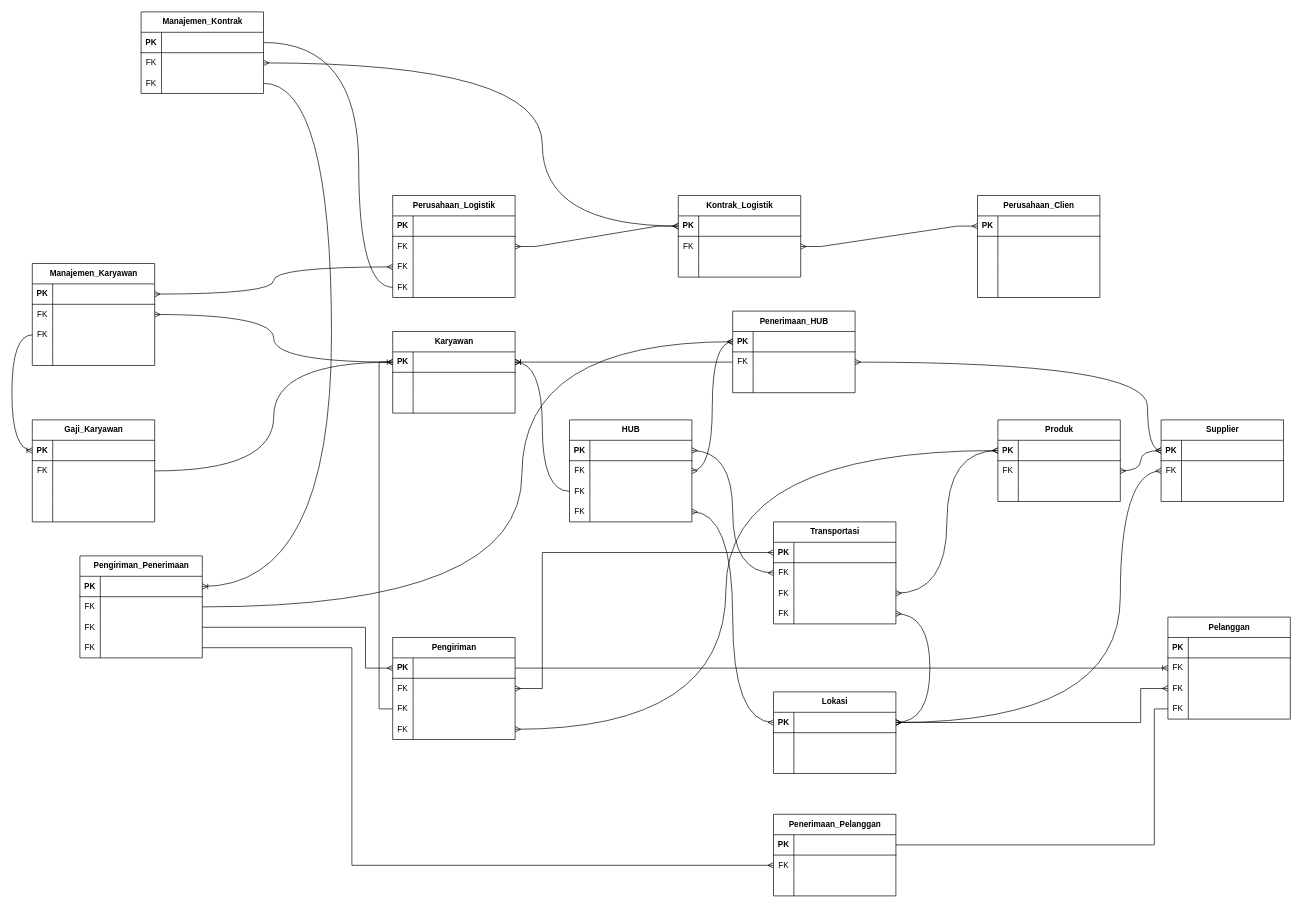
Firzh/semester-3 keeps this draw.io diagram as page "Conceptual Data Model" (1 of 10) of logistic-management-system.drawio. Above is the earlier version. Source tidied: cells renumbered, new cells numbered last; positions are measured from the earlier drawing's top-left corner, leaving out a move shared by most shapes. Both pictures are drawn from the tidied source at 68%, with x=0, y=0 at pixel (12, 12).
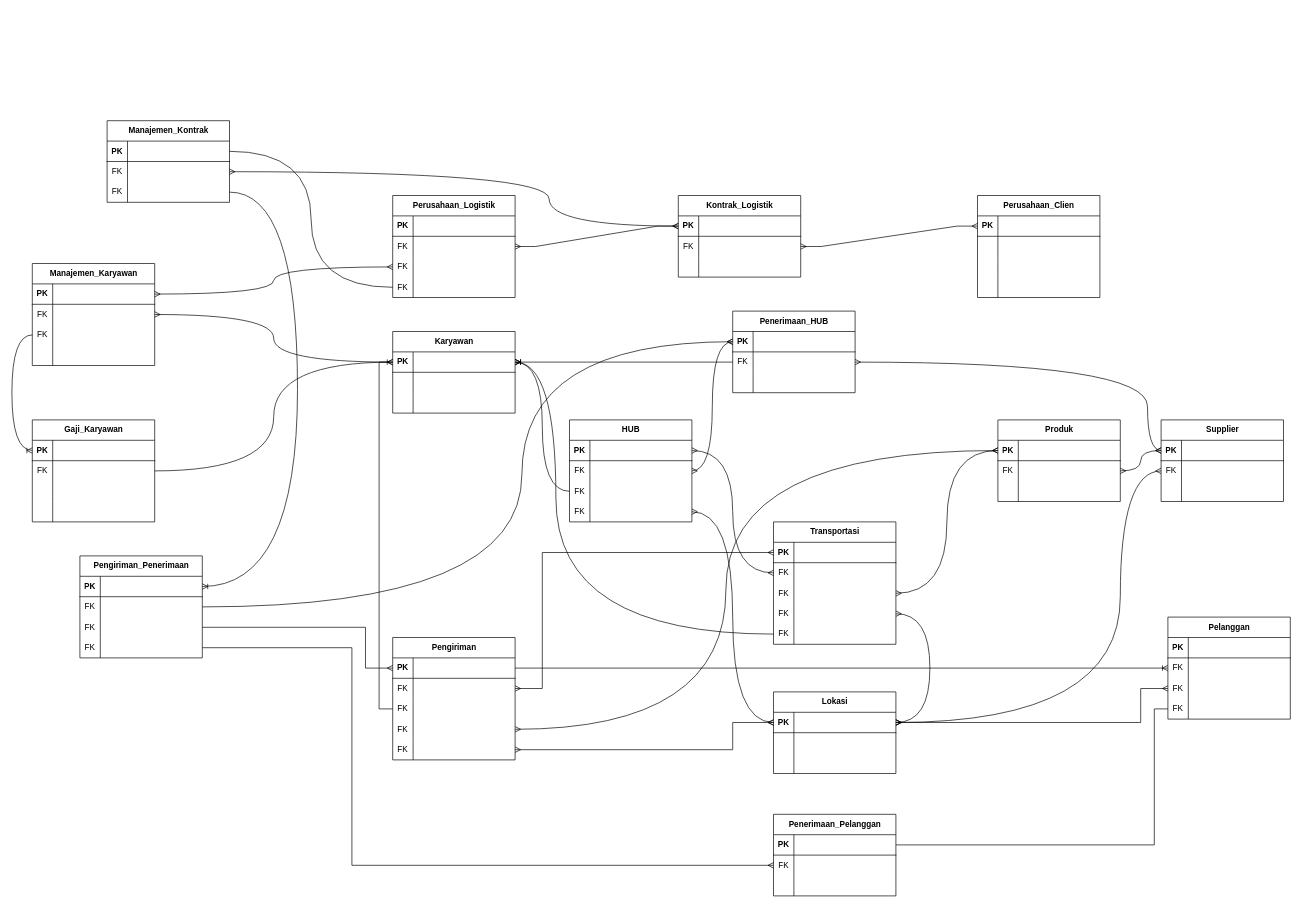
Above is the later version.

Unchanged cells that the change refers to:
```xml
<mxCell id="3" style="shape=tableRow;horizontal=0;startSize=0;swimlaneHead=0;swimlaneBody=0;fillColor=none;points=[[0,0.5],[1,0.5]];portConstraint=eastwest;top=0;left=0;right=0;bottom=1;" parent="2" vertex="1">
  <mxGeometry y="30" width="180" height="30" as="geometry" />
</mxCell>
<mxCell id="42" style="shape=tableRow;horizontal=0;startSize=0;swimlaneHead=0;swimlaneBody=0;fillColor=none;points=[[0,0.5],[1,0.5]];portConstraint=eastwest;top=0;left=0;right=0;bottom=0;" parent="35" vertex="1">
  <mxGeometry y="90" width="180" height="30" as="geometry" />
</mxCell>
<mxCell id="72" style="shape=tableRow;horizontal=0;startSize=0;swimlaneHead=0;swimlaneBody=0;fillColor=none;points=[[0,0.5],[1,0.5]];portConstraint=eastwest;top=0;left=0;right=0;bottom=1;" parent="71" vertex="1">
  <mxGeometry y="30" width="180" height="30" as="geometry" />
</mxCell>
<mxCell id="82" style="shape=tableRow;horizontal=0;startSize=0;swimlaneHead=0;swimlaneBody=0;fillColor=none;points=[[0,0.5],[1,0.5]];portConstraint=eastwest;top=0;left=0;right=0;bottom=1;" parent="81" vertex="1">
  <mxGeometry y="30" width="180" height="30" as="geometry" />
</mxCell>
<mxCell id="139" style="shape=tableRow;horizontal=0;startSize=0;swimlaneHead=0;swimlaneBody=0;fillColor=none;points=[[0,0.5],[1,0.5]];portConstraint=eastwest;top=0;left=0;right=0;bottom=0;" parent="129" vertex="1">
  <mxGeometry y="120" width="180" height="30" as="geometry" />
</mxCell>
<mxCell id="143" style="shape=tableRow;horizontal=0;startSize=0;swimlaneHead=0;swimlaneBody=0;fillColor=none;points=[[0,0.5],[1,0.5]];portConstraint=eastwest;top=0;left=0;right=0;bottom=1;" parent="142" vertex="1">
  <mxGeometry y="30" width="180" height="30" as="geometry" />
</mxCell>
<mxCell id="187" style="shape=tableRow;horizontal=0;startSize=0;swimlaneHead=0;swimlaneBody=0;fillColor=none;points=[[0,0.5],[1,0.5]];portConstraint=eastwest;top=0;left=0;right=0;bottom=1;" parent="186" vertex="1">
  <mxGeometry y="30" width="180" height="30" as="geometry" />
</mxCell>
<mxCell id="215" style="shape=tableRow;horizontal=0;startSize=0;swimlaneHead=0;swimlaneBody=0;fillColor=none;points=[[0,0.5],[1,0.5]];portConstraint=eastwest;top=0;left=0;right=0;bottom=1;" parent="214" vertex="1">
  <mxGeometry y="30" width="180" height="30" as="geometry" />
</mxCell>
<mxCell id="218" style="shape=tableRow;horizontal=0;startSize=0;swimlaneHead=0;swimlaneBody=0;fillColor=none;points=[[0,0.5],[1,0.5]];portConstraint=eastwest;top=0;left=0;right=0;bottom=0;" parent="214" vertex="1">
  <mxGeometry y="60" width="180" height="30" as="geometry" />
</mxCell>
<mxCell id="221" style="shape=tableRow;horizontal=0;startSize=0;swimlaneHead=0;swimlaneBody=0;fillColor=none;points=[[0,0.5],[1,0.5]];portConstraint=eastwest;top=0;left=0;right=0;bottom=0;" parent="214" vertex="1">
  <mxGeometry y="90" width="180" height="30" as="geometry" />
</mxCell>
```

What changed in the source:
```diff
@@
     <mxCell id="48" value="Pengiriman" style="shape=table;startSize=30;childLayout=tableLayout;rowLines=0;fontStyle=1;align=center;html=1;" parent="1" vertex="1">
-      <mxGeometry x="560" y="920" width="180" height="150" as="geometry" />
+      <mxGeometry x="560" y="920" width="180" height="180" as="geometry" />
     </mxCell>
@@
+    <mxCell id="227" style="shape=tableRow;horizontal=0;startSize=0;swimlaneHead=0;swimlaneBody=0;fillColor=none;points=[[0,0.5],[1,0.5]];portConstraint=eastwest;top=0;left=0;right=0;bottom=0;" parent="48" vertex="1">
+      <mxGeometry y="120" width="180" height="30" as="geometry" />
+    </mxCell>
+    <mxCell id="228" value="FK" style="shape=partialRectangle;fillColor=none;top=0;left=0;bottom=0;right=0;overflow=hidden;whiteSpace=wrap;html=1;" parent="227" vertex="1">
+      <mxGeometry width="30" height="30" as="geometry" />
+    </mxCell>
+    <mxCell id="229" style="shape=partialRectangle;fillColor=none;top=0;left=0;bottom=0;right=0;align=left;spacingLeft=6;overflow=hidden;whiteSpace=wrap;html=1;" parent="227" vertex="1">
+      <mxGeometry x="30" width="150" height="30" as="geometry" />
+    </mxCell>
     <mxCell id="58" style="shape=tableRow;horizontal=0;startSize=0;swimlaneHead=0;swimlaneBody=0;fillColor=none;points=[[0,0.5],[1,0.5]];portConstraint=eastwest;top=0;left=0;right=0;bottom=0;" parent="48" vertex="1">
-      <mxGeometry y="120" width="180" height="30" as="geometry" />
+      <mxGeometry y="150" width="180" height="30" as="geometry" />
     </mxCell>
@@
     <mxCell id="92" value="Transportasi" style="shape=table;startSize=30;childLayout=tableLayout;rowLines=0;fontStyle=1;align=center;html=1;" parent="1" vertex="1">
-      <mxGeometry x="1120" y="750" width="180" height="150" as="geometry" />
+      <mxGeometry x="1120" y="750" width="180" height="180" as="geometry" />
     </mxCell>
@@
+    <mxCell id="230" style="shape=tableRow;horizontal=0;startSize=0;swimlaneHead=0;swimlaneBody=0;fillColor=none;points=[[0,0.5],[1,0.5]];portConstraint=eastwest;top=0;left=0;right=0;bottom=0;" parent="92" vertex="1">
+      <mxGeometry y="120" width="180" height="30" as="geometry" />
+    </mxCell>
+    <mxCell id="231" value="FK" style="shape=partialRectangle;fillColor=none;top=0;left=0;bottom=0;right=0;overflow=hidden;whiteSpace=wrap;html=1;" parent="230" vertex="1">
+      <mxGeometry width="30" height="30" as="geometry" />
+    </mxCell>
+    <mxCell id="232" style="shape=partialRectangle;fillColor=none;top=0;left=0;bottom=0;right=0;align=left;spacingLeft=6;overflow=hidden;whiteSpace=wrap;html=1;" parent="230" vertex="1">
+      <mxGeometry x="30" width="150" height="30" as="geometry" />
+    </mxCell>
     <mxCell id="102" style="shape=tableRow;horizontal=0;startSize=0;swimlaneHead=0;swimlaneBody=0;fillColor=none;points=[[0,0.5],[1,0.5]];portConstraint=eastwest;top=0;left=0;right=0;bottom=0;" parent="92" vertex="1">
-      <mxGeometry y="120" width="180" height="30" as="geometry" />
+      <mxGeometry y="150" width="180" height="30" as="geometry" />
     </mxCell>
@@
-    <mxCell id="114" style="fontSize=12;html=1;endArrow=ERmany;startArrow=ERmany;rounded=0;exitX=1;exitY=0.5;exitDx=0;exitDy=0;entryX=1;entryY=0.5;entryDx=0;entryDy=0;edgeStyle=orthogonalEdgeStyle;curved=1;" parent="1" edge="1" source="82" target="102">
+    <mxCell id="114" style="fontSize=12;html=1;endArrow=ERmany;startArrow=ERmany;rounded=0;exitX=1;exitY=0.5;exitDx=0;exitDy=0;entryX=1;entryY=0.5;entryDx=0;entryDy=0;edgeStyle=orthogonalEdgeStyle;curved=1;" parent="1" edge="1" source="82" target="230">
       <mxGeometry relative="1" as="geometry">
         <Array as="points">
           <mxPoint x="1350" y="1045" />
           <mxPoint x="1350" y="885" />
         </Array>
       </mxGeometry>
     </mxCell>
@@
-    <mxCell id="170" style="fontSize=12;html=1;endArrow=ERmany;startArrow=ERmany;rounded=0;entryX=1;entryY=0.5;entryDx=0;entryDy=0;exitX=0;exitY=0.5;exitDx=0;exitDy=0;edgeStyle=orthogonalEdgeStyle;curved=1;" parent="1" edge="1" source="3" target="58">
+    <mxCell id="170" style="fontSize=12;html=1;endArrow=ERmany;startArrow=ERmany;rounded=0;exitX=0;exitY=0.5;exitDx=0;exitDy=0;edgeStyle=orthogonalEdgeStyle;curved=1;entryX=1;entryY=0.5;entryDx=0;entryDy=0;" parent="1" edge="1" source="3" target="227">
       <mxGeometry relative="1" as="geometry">
         <Array as="points">
           <mxPoint x="1050" y="645" />
           <mxPoint x="1050" y="1055" />
         </Array>
       </mxGeometry>
     </mxCell>
@@
     <mxCell id="213" style="fontSize=12;html=1;endArrow=ERoneToMany;rounded=0;entryX=1;entryY=0.5;entryDx=0;entryDy=0;exitX=0;exitY=0.5;exitDx=0;exitDy=0;edgeStyle=orthogonalEdgeStyle;curved=1;" parent="1" edge="1" source="42" target="72">
-      <mxGeometry relative="1" as="geometry" />
+      <mxGeometry relative="1" as="geometry">
+        <Array as="points">
+          <mxPoint x="780" y="705" />
+          <mxPoint x="780" y="515" />
+        </Array>
+      </mxGeometry>
     </mxCell>
     <mxCell id="214" value="Manajemen_Kontrak" style="shape=table;startSize=30;childLayout=tableLayout;rowLines=0;fontStyle=1;align=center;html=1;" parent="1" vertex="1">
-      <mxGeometry x="190" width="180" height="120" as="geometry" />
+      <mxGeometry x="140" y="160" width="180" height="120" as="geometry" />
     </mxCell>
@@
     <mxCell id="224" style="edgeStyle=orthogonalEdgeStyle;fontSize=12;html=1;endArrow=ERmany;startArrow=ERmany;rounded=0;exitX=1;exitY=0.5;exitDx=0;exitDy=0;entryX=0;entryY=0.5;entryDx=0;entryDy=0;curved=1;" parent="1" edge="1" source="218" target="143">
       <mxGeometry relative="1" as="geometry">
         <Array as="points">
-          <mxPoint x="780" y="75" />
-          <mxPoint x="780" y="315" />
+          <mxPoint x="790" y="235" />
+          <mxPoint x="790" y="315" />
         </Array>
       </mxGeometry>
     </mxCell>
     <mxCell id="225" style="edgeStyle=orthogonalEdgeStyle;fontSize=12;html=1;endArrow=ERoneToMany;rounded=0;entryX=1;entryY=0.5;entryDx=0;entryDy=0;exitX=1;exitY=0.5;exitDx=0;exitDy=0;curved=1;" parent="1" edge="1" source="221" target="187">
       <mxGeometry relative="1" as="geometry">
         <Array as="points">
-          <mxPoint x="470" y="105" />
-          <mxPoint x="470" y="845" />
+          <mxPoint x="420" y="265" />
+          <mxPoint x="420" y="845" />
         </Array>
       </mxGeometry>
     </mxCell>
     <mxCell id="226" style="endArrow=none;html=1;rounded=0;exitX=1;exitY=0.5;exitDx=0;exitDy=0;entryX=0;entryY=0.5;entryDx=0;entryDy=0;edgeStyle=orthogonalEdgeStyle;curved=1;" parent="1" edge="1" source="215" target="139">
-      <mxGeometry relative="1" as="geometry">
-        <Array as="points">
-          <mxPoint x="510" y="45" />
-          <mxPoint x="510" y="405" />
-        </Array>
-      </mxGeometry>
+      <mxGeometry relative="1" as="geometry" />
     </mxCell>
+    <mxCell id="233" style="edgeStyle=orthogonalEdgeStyle;fontSize=12;html=1;endArrow=ERmany;startArrow=ERmany;rounded=0;exitX=1;exitY=0.5;exitDx=0;exitDy=0;entryX=0;entryY=0.5;entryDx=0;entryDy=0;" parent="1" edge="1" source="58" target="82">
+      <mxGeometry relative="1" as="geometry">
+        <Array as="points">
+          <mxPoint x="1060" y="1085" />
+          <mxPoint x="1060" y="1045" />
+        </Array>
+      </mxGeometry>
+    </mxCell>
+    <mxCell id="234" style="fontSize=12;html=1;endArrow=ERoneToMany;rounded=0;entryX=1;entryY=0.5;entryDx=0;entryDy=0;exitX=0;exitY=0.5;exitDx=0;exitDy=0;edgeStyle=orthogonalEdgeStyle;curved=1;" parent="1" edge="1" source="102" target="72">
+      <mxGeometry relative="1" as="geometry">
+        <Array as="points">
+          <mxPoint x="800" y="915" />
+          <mxPoint x="800" y="515" />
+        </Array>
+      </mxGeometry>
+    </mxCell>
```
